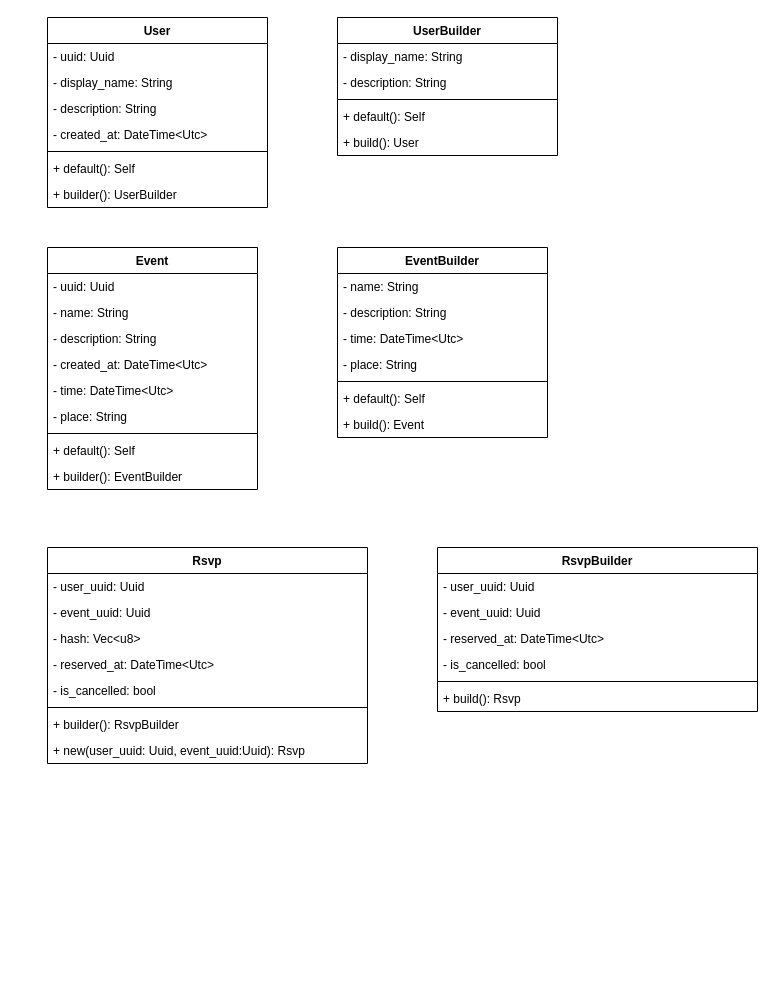
This is docs/diagrams/class/diagram-class.es.drawio from a-mayb3/group_n_meet_backend, a draw.io file, before an edit. Source tidied: cells renumbered, new cells numbered last; positions are measured from the earlier drawing's top-left corner, leaving out a move shared by most shapes. Both pictures are drawn from the tidied source at 100%, with x=0, y=0 at pixel (47, 17).
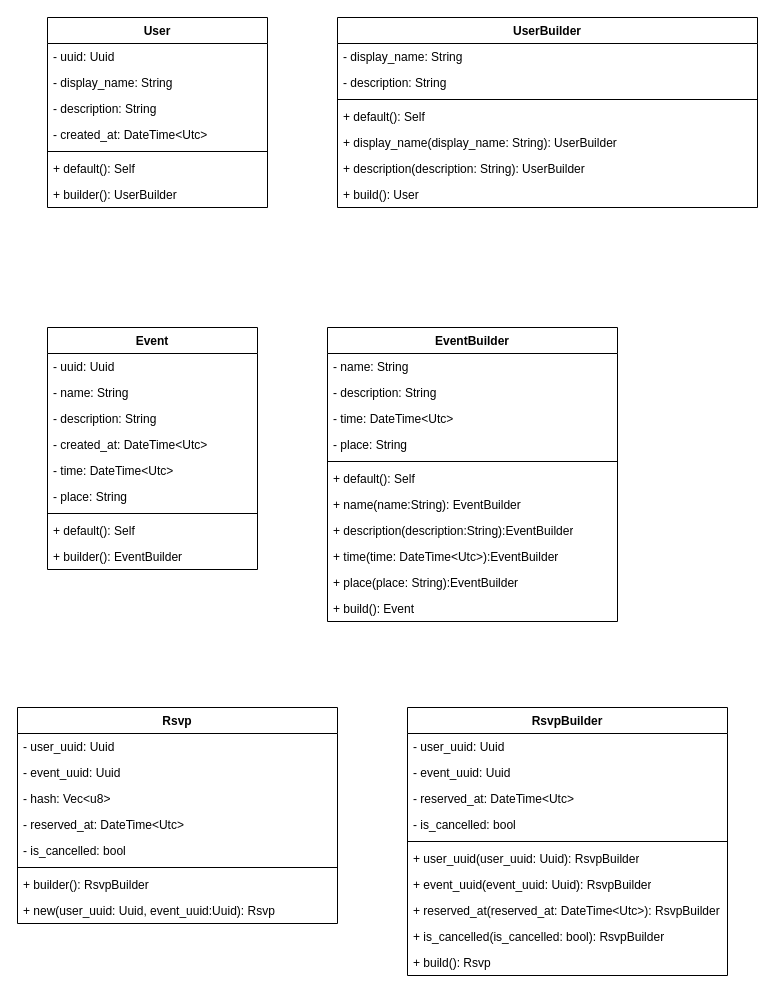
After the change.

Commit message:
Added builders basic composition methods

Diff of the diagram source:
```diff
@@
     <mxCell id="10" value="UserBuilder" style="swimlane;fontStyle=1;align=center;verticalAlign=top;horizontal=1;startSize=26;whiteSpace=wrap;html=1;" parent="1" vertex="1">
-      <mxGeometry x="290" width="220" height="138" as="geometry" />
+      <mxGeometry x="290" width="420" height="190" as="geometry" />
     </mxCell>
     <mxCell id="11" value="- display_name: String" style="text;strokeColor=none;fillColor=none;align=left;verticalAlign=top;spacingLeft=4;spacingRight=4;overflow=hidden;whiteSpace=wrap;html=1;" parent="10" vertex="1">
-      <mxGeometry y="26" width="220" height="26" as="geometry" />
+      <mxGeometry y="26" width="420" height="26" as="geometry" />
     </mxCell>
     <mxCell id="12" value="- description: String" style="text;strokeColor=none;fillColor=none;align=left;verticalAlign=top;spacingLeft=4;spacingRight=4;overflow=hidden;whiteSpace=wrap;html=1;" parent="10" vertex="1">
-      <mxGeometry y="52" width="220" height="26" as="geometry" />
+      <mxGeometry y="52" width="420" height="26" as="geometry" />
     </mxCell>
     <mxCell id="13" style="line;strokeWidth=1;fillColor=none;align=left;verticalAlign=middle;spacingTop=-1;spacingLeft=3;spacingRight=3;labelPosition=right;strokeColor=inherit;" parent="10" vertex="1">
-      <mxGeometry y="78" width="220" height="8" as="geometry" />
+      <mxGeometry y="78" width="420" height="8" as="geometry" />
     </mxCell>
     <mxCell id="14" value="+ default(): Self" style="text;strokeColor=none;fillColor=none;align=left;verticalAlign=top;spacingLeft=4;spacingRight=4;overflow=hidden;whiteSpace=wrap;html=1;" parent="10" vertex="1">
-      <mxGeometry y="86" width="220" height="26" as="geometry" />
+      <mxGeometry y="86" width="420" height="26" as="geometry" />
     </mxCell>
+    <mxCell id="50" value="+ display_name(display_name: String): UserBuilder" style="text;strokeColor=none;fillColor=none;align=left;verticalAlign=top;spacingLeft=4;spacingRight=4;overflow=hidden;whiteSpace=wrap;html=1;" parent="10" vertex="1">
+      <mxGeometry y="112" width="420" height="26" as="geometry" />
+    </mxCell>
+    <mxCell id="51" value="+ description(description: String): UserBuilder" style="text;strokeColor=none;fillColor=none;align=left;verticalAlign=top;spacingLeft=4;spacingRight=4;overflow=hidden;whiteSpace=wrap;html=1;" parent="10" vertex="1">
+      <mxGeometry y="138" width="420" height="26" as="geometry" />
+    </mxCell>
     <mxCell id="15" value="+ build(): User" style="text;strokeColor=none;fillColor=none;align=left;verticalAlign=top;spacingLeft=4;spacingRight=4;overflow=hidden;whiteSpace=wrap;html=1;" parent="10" vertex="1">
-      <mxGeometry y="112" width="220" height="26" as="geometry" />
+      <mxGeometry y="164" width="420" height="26" as="geometry" />
     </mxCell>
     <mxCell id="16" value="Event" style="swimlane;fontStyle=1;align=center;verticalAlign=top;horizontal=1;startSize=26;whiteSpace=wrap;html=1;" parent="1" vertex="1">
-      <mxGeometry y="230" width="210" height="242" as="geometry" />
+      <mxGeometry y="310" width="210" height="242" as="geometry" />
     </mxCell>
@@
     <mxCell id="26" value="Rsvp" style="swimlane;fontStyle=1;align=center;verticalAlign=top;horizontal=1;startSize=26;whiteSpace=wrap;html=1;" parent="1" vertex="1">
-      <mxGeometry y="530" width="320" height="216" as="geometry" />
+      <mxGeometry x="-30" y="690" width="320" height="216" as="geometry" />
     </mxCell>
@@
     <mxCell id="35" value="RsvpBuilder" style="swimlane;fontStyle=1;align=center;verticalAlign=top;horizontal=1;startSize=26;whiteSpace=wrap;html=1;" parent="1" vertex="1">
-      <mxGeometry x="390" y="530" width="320" height="164" as="geometry" />
+      <mxGeometry x="360" y="690" width="320" height="268" as="geometry" />
     </mxCell>
@@
+    <mxCell id="52" value="+ user_uuid(user_uuid: Uuid): RsvpBuilder" style="text;strokeColor=none;fillColor=none;align=left;verticalAlign=top;spacingLeft=4;spacingRight=4;overflow=hidden;whiteSpace=wrap;html=1;" parent="35" vertex="1">
+      <mxGeometry y="138" width="320" height="26" as="geometry" />
+    </mxCell>
+    <mxCell id="53" value="+ event_uuid(event_uuid: Uuid): RsvpBuilder" style="text;strokeColor=none;fillColor=none;align=left;verticalAlign=top;spacingLeft=4;spacingRight=4;overflow=hidden;whiteSpace=wrap;html=1;" parent="35" vertex="1">
+      <mxGeometry y="164" width="320" height="26" as="geometry" />
+    </mxCell>
+    <mxCell id="54" value="+ reserved_at(reserved_at: DateTime&amp;lt;Utc&amp;gt;): RsvpBuilder" style="text;strokeColor=none;fillColor=none;align=left;verticalAlign=top;spacingLeft=4;spacingRight=4;overflow=hidden;whiteSpace=wrap;html=1;" parent="35" vertex="1">
+      <mxGeometry y="190" width="320" height="26" as="geometry" />
+    </mxCell>
+    <mxCell id="55" value="+ is_cancelled(is_cancelled: bool): RsvpBuilder" style="text;strokeColor=none;fillColor=none;align=left;verticalAlign=top;spacingLeft=4;spacingRight=4;overflow=hidden;whiteSpace=wrap;html=1;" parent="35" vertex="1">
+      <mxGeometry y="216" width="320" height="26" as="geometry" />
+    </mxCell>
     <mxCell id="41" value="+ build(): Rsvp" style="text;strokeColor=none;fillColor=none;align=left;verticalAlign=top;spacingLeft=4;spacingRight=4;overflow=hidden;whiteSpace=wrap;html=1;" parent="35" vertex="1">
-      <mxGeometry y="138" width="320" height="26" as="geometry" />
+      <mxGeometry y="242" width="320" height="26" as="geometry" />
     </mxCell>
     <mxCell id="42" value="EventBuilder" style="swimlane;fontStyle=1;align=center;verticalAlign=top;horizontal=1;startSize=26;whiteSpace=wrap;html=1;" parent="1" vertex="1">
-      <mxGeometry x="290" y="230" width="210" height="190" as="geometry" />
+      <mxGeometry x="280" y="310" width="290" height="294" as="geometry" />
     </mxCell>
     <mxCell id="43" value="- name: String" style="text;strokeColor=none;fillColor=none;align=left;verticalAlign=top;spacingLeft=4;spacingRight=4;overflow=hidden;whiteSpace=wrap;html=1;" parent="42" vertex="1">
-      <mxGeometry y="26" width="210" height="26" as="geometry" />
+      <mxGeometry y="26" width="290" height="26" as="geometry" />
     </mxCell>
     <mxCell id="44" value="- description: String" style="text;strokeColor=none;fillColor=none;align=left;verticalAlign=top;spacingLeft=4;spacingRight=4;overflow=hidden;whiteSpace=wrap;html=1;" parent="42" vertex="1">
-      <mxGeometry y="52" width="210" height="26" as="geometry" />
+      <mxGeometry y="52" width="290" height="26" as="geometry" />
     </mxCell>
     <mxCell id="45" value="- time: DateTime&amp;lt;Utc&amp;gt;" style="text;strokeColor=none;fillColor=none;align=left;verticalAlign=top;spacingLeft=4;spacingRight=4;overflow=hidden;whiteSpace=wrap;html=1;" parent="42" vertex="1">
-      <mxGeometry y="78" width="210" height="26" as="geometry" />
+      <mxGeometry y="78" width="290" height="26" as="geometry" />
     </mxCell>
     <mxCell id="46" value="- place: String" style="text;strokeColor=none;fillColor=none;align=left;verticalAlign=top;spacingLeft=4;spacingRight=4;overflow=hidden;whiteSpace=wrap;html=1;" parent="42" vertex="1">
-      <mxGeometry y="104" width="210" height="26" as="geometry" />
+      <mxGeometry y="104" width="290" height="26" as="geometry" />
     </mxCell>
     <mxCell id="47" style="line;strokeWidth=1;fillColor=none;align=left;verticalAlign=middle;spacingTop=-1;spacingLeft=3;spacingRight=3;labelPosition=right;strokeColor=inherit;" parent="42" vertex="1">
-      <mxGeometry y="130" width="210" height="8" as="geometry" />
+      <mxGeometry y="130" width="290" height="8" as="geometry" />
     </mxCell>
     <mxCell id="48" value="+ default(): Self" style="text;strokeColor=none;fillColor=none;align=left;verticalAlign=top;spacingLeft=4;spacingRight=4;overflow=hidden;whiteSpace=wrap;html=1;" parent="42" vertex="1">
-      <mxGeometry y="138" width="210" height="26" as="geometry" />
+      <mxGeometry y="138" width="290" height="26" as="geometry" />
     </mxCell>
+    <mxCell id="56" value="+ name(name:String): EventBuilder" style="text;strokeColor=none;fillColor=none;align=left;verticalAlign=top;spacingLeft=4;spacingRight=4;overflow=hidden;whiteSpace=wrap;html=1;" parent="42" vertex="1">
+      <mxGeometry y="164" width="290" height="26" as="geometry" />
+    </mxCell>
+    <mxCell id="57" value="+ description(description:String):EventBuilder" style="text;strokeColor=none;fillColor=none;align=left;verticalAlign=top;spacingLeft=4;spacingRight=4;overflow=hidden;whiteSpace=wrap;html=1;" parent="42" vertex="1">
+      <mxGeometry y="190" width="290" height="26" as="geometry" />
+    </mxCell>
+    <mxCell id="58" value="+ time(time: DateTime&amp;lt;Utc&amp;gt;):EventBuilder" style="text;strokeColor=none;fillColor=none;align=left;verticalAlign=top;spacingLeft=4;spacingRight=4;overflow=hidden;whiteSpace=wrap;html=1;" parent="42" vertex="1">
+      <mxGeometry y="216" width="290" height="26" as="geometry" />
+    </mxCell>
+    <mxCell id="59" value="+ place(place: String):EventBuilder" style="text;strokeColor=none;fillColor=none;align=left;verticalAlign=top;spacingLeft=4;spacingRight=4;overflow=hidden;whiteSpace=wrap;html=1;" parent="42" vertex="1">
+      <mxGeometry y="242" width="290" height="26" as="geometry" />
+    </mxCell>
     <mxCell id="49" value="+ build(): Event" style="text;strokeColor=none;fillColor=none;align=left;verticalAlign=top;spacingLeft=4;spacingRight=4;overflow=hidden;whiteSpace=wrap;html=1;" parent="42" vertex="1">
-      <mxGeometry y="164" width="210" height="26" as="geometry" />
+      <mxGeometry y="268" width="290" height="26" as="geometry" />
     </mxCell>
```
